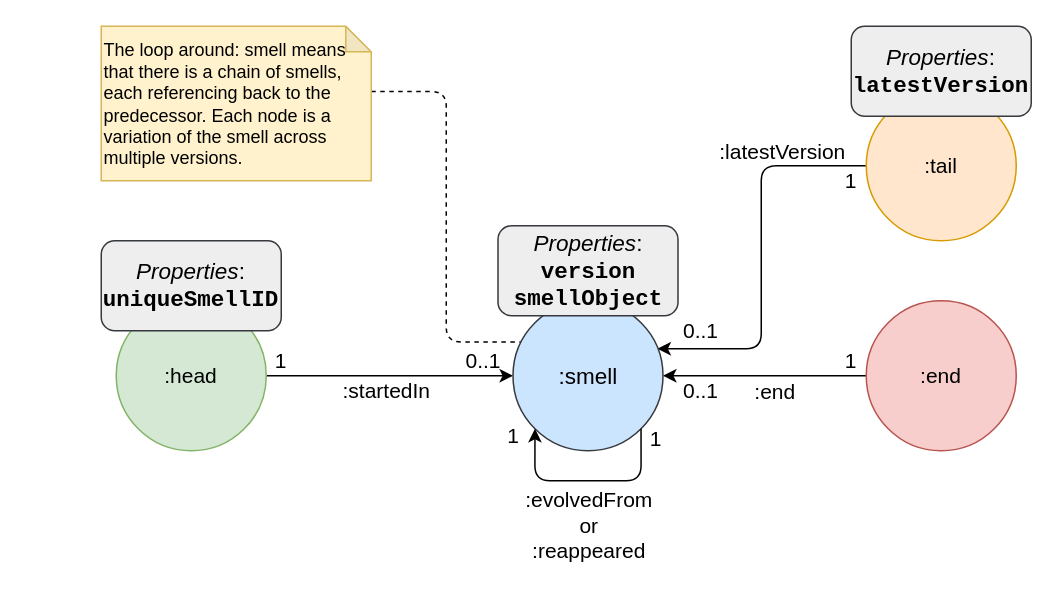
Earlier version of the draw.io diagram page "track-graph" (2 of 2) of docs/condensed-graph-schema.drawio (darius-sas/astracker_old). Source tidied: cells renumbered, new cells numbered last; positions are measured from the earlier drawing's top-left corner, leaving out a move shared by most shapes. Both pictures are drawn from the tidied source at 150%, with x=0, y=0 at pixel (100, 26).
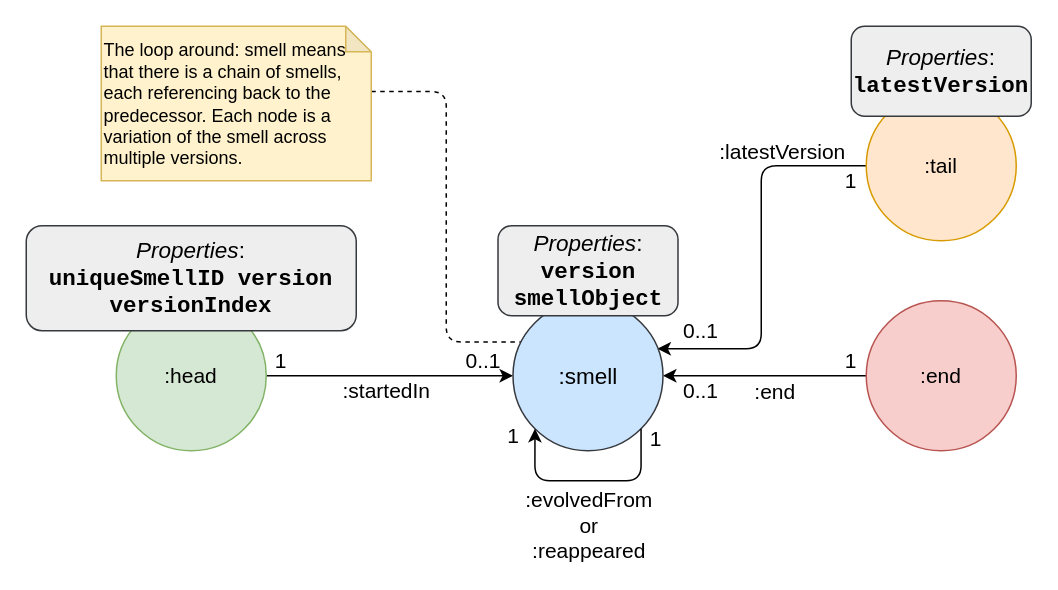
The same diagram, later.

What changed in the source:
```diff
@@
-    <mxCell id="7" value="&lt;font face=&quot;Helvetica&quot;&gt;&lt;i&gt;Properties&lt;/i&gt;:&lt;/font&gt;&lt;br&gt;&lt;b&gt;&lt;font face=&quot;Courier New&quot;&gt;uniqueSmellID&lt;/font&gt;&lt;/b&gt;&lt;br&gt;" style="rounded=1;fontSize=15;align=center;html=1;whiteSpace=wrap;fontFamily=Consolas;fillColor=#eeeeee;strokeColor=#36393d;" parent="1" vertex="1">
-      <mxGeometry y="143" width="120" height="60" as="geometry" />
+    <mxCell id="7" value="&lt;font face=&quot;Helvetica&quot;&gt;&lt;i&gt;Properties&lt;/i&gt;:&lt;/font&gt;&lt;br&gt;&lt;b&gt;&lt;font face=&quot;Courier New&quot;&gt;uniqueSmellID version versionIndex&lt;/font&gt;&lt;/b&gt;" style="rounded=1;fontSize=15;align=center;html=1;whiteSpace=wrap;fontFamily=Consolas;fillColor=#eeeeee;strokeColor=#36393d;" parent="1" vertex="1">
+      <mxGeometry x="-50" y="133" width="220" height="70" as="geometry" />
     </mxCell>
```
